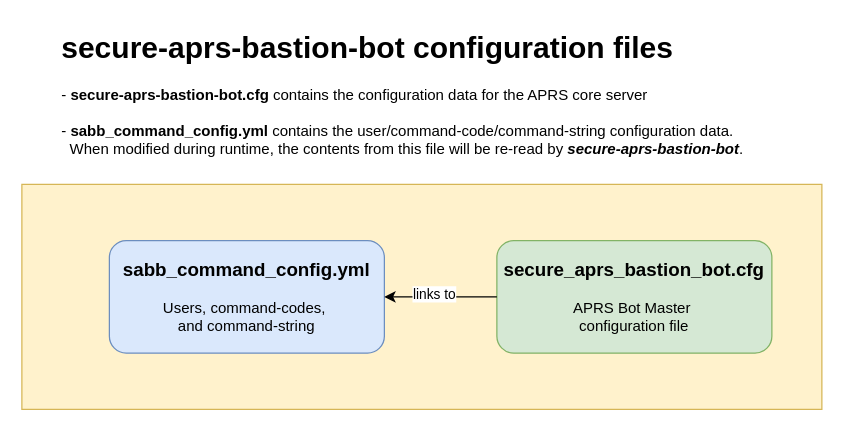
Above: img/sabb_config_files.drawio in joergschultzelutter/secure-aprs-bastion-bot (draw.io), before the change. Source tidied: cells renumbered, new cells numbered last; positions are measured from the earlier drawing's top-left corner, leaving out a move shared by most shapes. Both pictures are drawn from the tidied source at 125%, with x=0, y=0 at pixel (21, 21).
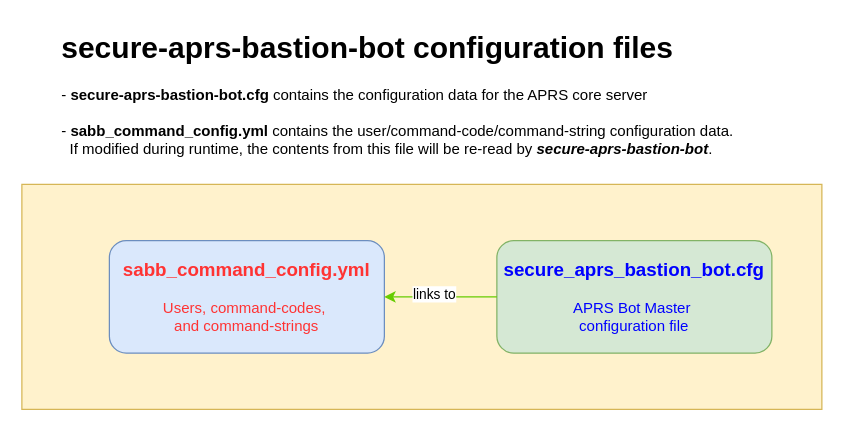
The same diagram, later.

Diff of the diagram source:
```diff
@@
 <mxGraphModel>
   <root>
     <mxCell id="0" />
     <mxCell id="1" parent="0" />
-    <mxCell id="2" value="&lt;h1 style=&quot;margin-top: 0px;&quot;&gt;secure-aprs-bastion-bot configuration files&lt;/h1&gt;&lt;div&gt;- &lt;b&gt;secure-aprs-bastion-bot.cfg&lt;/b&gt; contains the configuration data for the APRS core server&lt;/div&gt;&lt;div&gt;&lt;br&gt;&lt;/div&gt;&lt;div&gt;- &lt;b&gt;sabb_command_config.yml&lt;/b&gt; contains the user/command-code/command-string configuration data.&amp;nbsp; &amp;nbsp; &amp;nbsp; &amp;nbsp; When modified during runtime, the contents from this file will be re-read by &lt;b&gt;&lt;i&gt;secure-aprs-bastion-bot&lt;/i&gt;&lt;/b&gt;.&lt;/div&gt;" style="text;html=1;whiteSpace=wrap;overflow=hidden;rounded=0;" parent="1" vertex="1">
+    <mxCell id="2" value="&lt;h1 style=&quot;margin-top: 0px;&quot;&gt;secure-aprs-bastion-bot configuration files&lt;/h1&gt;&lt;div&gt;- &lt;b&gt;secure-aprs-bastion-bot.cfg&lt;/b&gt; contains the configuration data for the APRS core server&lt;/div&gt;&lt;div&gt;&lt;br&gt;&lt;/div&gt;&lt;div&gt;- &lt;b&gt;sabb_command_config.yml&lt;/b&gt; contains the user/command-code/command-string configuration data.&amp;nbsp; &amp;nbsp; &amp;nbsp; &amp;nbsp; If modified during runtime, the contents from this file will be re-read by &lt;b&gt;&lt;i&gt;secure-aprs-bastion-bot&lt;/i&gt;&lt;/b&gt;.&lt;/div&gt;" style="text;html=1;whiteSpace=wrap;overflow=hidden;rounded=0;" parent="1" vertex="1">
       <mxGeometry x="30" width="560" height="120" as="geometry" />
     </mxCell>
     <mxCell id="3" style="group;" parent="1" vertex="1">
       <mxGeometry y="130" width="640" height="180" as="geometry" />
     </mxCell>
     <mxCell id="4" style="rounded=0;whiteSpace=wrap;html=1;fillColor=#fff2cc;strokeColor=#d6b656;" parent="3" vertex="1">
       <mxGeometry width="640" height="180" as="geometry" />
     </mxCell>
-    <mxCell id="5" value="&lt;font style=&quot;font-size: 15px;&quot;&gt;&lt;b&gt;sabb_command_config.yml&lt;/b&gt;&lt;/font&gt;&lt;div&gt;&lt;br&gt;&lt;/div&gt;&lt;div&gt;Users, command-codes,&amp;nbsp;&lt;/div&gt;&lt;div&gt;and command-string&lt;/div&gt;" style="rounded=1;whiteSpace=wrap;html=1;fillColor=#dae8fc;strokeColor=#6c8ebf;" parent="3" vertex="1">
+    <mxCell id="5" value="&lt;font style=&quot;font-size: 15px;&quot;&gt;&lt;b&gt;sabb_command_config.yml&lt;/b&gt;&lt;/font&gt;&lt;div&gt;&lt;br&gt;&lt;/div&gt;&lt;div&gt;Users, command-codes,&amp;nbsp;&lt;/div&gt;&lt;div&gt;and command-strings&lt;/div&gt;" style="rounded=1;whiteSpace=wrap;html=1;fillColor=#dae8fc;strokeColor=#6c8ebf;fontColor=#FF3333;" parent="3" vertex="1">
       <mxGeometry x="70" y="45" width="220" height="90" as="geometry" />
     </mxCell>
-    <mxCell id="6" value="&lt;font style=&quot;font-size: 15px;&quot;&gt;&lt;b&gt;secure_aprs_bastion_bot.cfg&lt;/b&gt;&lt;/font&gt;&lt;div&gt;&lt;br&gt;&lt;/div&gt;&lt;div&gt;APRS Bot Master&amp;nbsp;&lt;/div&gt;&lt;div&gt;configuration file&lt;/div&gt;" style="rounded=1;whiteSpace=wrap;html=1;fillColor=#d5e8d4;strokeColor=#82b366;" parent="3" vertex="1">
+    <mxCell id="6" value="&lt;font style=&quot;font-size: 15px;&quot;&gt;&lt;b&gt;secure_aprs_bastion_bot.cfg&lt;/b&gt;&lt;/font&gt;&lt;div&gt;&lt;br&gt;&lt;/div&gt;&lt;div&gt;APRS Bot Master&amp;nbsp;&lt;/div&gt;&lt;div&gt;configuration file&lt;/div&gt;" style="rounded=1;whiteSpace=wrap;html=1;fillColor=#d5e8d4;strokeColor=#82b366;fontColor=#0000FF;" parent="3" vertex="1">
       <mxGeometry x="380" y="45" width="220" height="90" as="geometry" />
     </mxCell>
     <mxCell id="7" style="edgeStyle=orthogonalEdgeStyle;rounded=0;orthogonalLoop=1;jettySize=auto;html=1;exitX=0.5;exitY=1;exitDx=0;exitDy=0;" parent="3" edge="1" source="4" target="4">
       <mxGeometry relative="1" as="geometry" />
     </mxCell>
-    <mxCell id="8" style="endArrow=classic;html=1;rounded=0;entryX=1;entryY=0.5;entryDx=0;entryDy=0;exitX=0;exitY=0.5;exitDx=0;exitDy=0;" parent="3" edge="1" source="6" target="5">
+    <mxCell id="8" style="endArrow=classic;html=1;rounded=0;entryX=1;entryY=0.5;entryDx=0;entryDy=0;exitX=0;exitY=0.5;exitDx=0;exitDy=0;fontColor=light-dark(#000000,#66CC00);strokeColor=#66CC00;" parent="3" edge="1" source="6" target="5">
       <mxGeometry relative="1" as="geometry" />
     </mxCell>
     <mxCell id="9" value="links to" style="edgeLabel;html=1;align=center;verticalAlign=middle;" parent="8" vertex="1">
       <mxGeometry x="0.14" y="-3" relative="1" as="geometry" />
     </mxCell>
   </root>
 </mxGraphModel>
```
